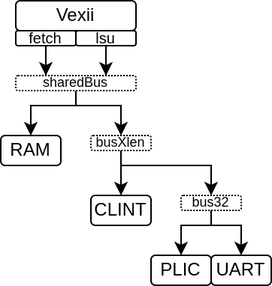
Above: source/asset/picture/microsoc.png in SpinalHDL/VexiiRiscv-RTD (draw.io), before the change. Source tidied: cells renumbered, new cells last; positions are measured from the earlier drawing's top-left corner, leaving out a move shared by most shapes. The source it was exported from:
```xml
<mxGraphModel>
  <root>
    <mxCell id="0" />
    <mxCell id="1" parent="0" />
    <mxCell id="2" value="&lt;span style=&quot;font-size: 12px;&quot;&gt;Vexii&lt;br&gt;&lt;/span&gt;" style="rounded=1;whiteSpace=wrap;html=1;fontSize=8;strokeWidth=1;verticalAlign=middle;" parent="1" vertex="1">
      <mxGeometry x="10" width="80" height="20" as="geometry" />
    </mxCell>
    <mxCell id="3" value="&lt;span style=&quot;font-size: 12px;&quot;&gt;RAM&lt;/span&gt;" style="rounded=1;whiteSpace=wrap;html=1;fontSize=8;strokeWidth=1;" parent="1" vertex="1">
      <mxGeometry y="90" width="40" height="20" as="geometry" />
    </mxCell>
    <mxCell id="4" value="&lt;span style=&quot;font-size: 12px;&quot;&gt;PLIC&lt;/span&gt;" style="rounded=1;whiteSpace=wrap;html=1;fontSize=8;strokeWidth=1;" parent="1" vertex="1">
      <mxGeometry x="100" y="170" width="40" height="20" as="geometry" />
    </mxCell>
    <mxCell id="5" value="&lt;span style=&quot;font-size: 12px;&quot;&gt;CLINT&lt;/span&gt;" style="rounded=1;whiteSpace=wrap;html=1;fontSize=8;strokeWidth=1;" parent="1" vertex="1">
      <mxGeometry x="60" y="130" width="40" height="20" as="geometry" />
    </mxCell>
    <mxCell id="6" value="&lt;span style=&quot;font-size: 12px;&quot;&gt;UART&lt;/span&gt;" style="rounded=1;whiteSpace=wrap;html=1;fontSize=8;strokeWidth=1;" parent="1" vertex="1">
      <mxGeometry x="140" y="170" width="40" height="20" as="geometry" />
    </mxCell>
    <mxCell id="7" style="edgeStyle=orthogonalEdgeStyle;rounded=0;jettySize=auto;html=1;entryX=0.5;entryY=0;entryDx=0;entryDy=0;" parent="1" edge="1" source="9" target="3">
      <mxGeometry relative="1" as="geometry">
        <Array as="points">
          <mxPoint x="50" y="70" />
          <mxPoint x="20" y="70" />
        </Array>
      </mxGeometry>
    </mxCell>
    <mxCell id="8" style="edgeStyle=orthogonalEdgeStyle;rounded=0;jettySize=auto;html=1;entryX=0.5;entryY=0;entryDx=0;entryDy=0;" parent="1" edge="1" source="9" target="16">
      <mxGeometry relative="1" as="geometry">
        <Array as="points">
          <mxPoint x="50" y="70" />
          <mxPoint x="80" y="70" />
        </Array>
      </mxGeometry>
    </mxCell>
    <mxCell id="9" value="&lt;font style=&quot;font-size: 9px;&quot;&gt;sharedBus&lt;/font&gt;" style="rounded=1;whiteSpace=wrap;html=1;fontSize=8;strokeWidth=1;dashed=1;dashPattern=1 1;" parent="1" vertex="1">
      <mxGeometry x="10" y="50" width="80" height="10" as="geometry" />
    </mxCell>
    <mxCell id="10" style="edgeStyle=orthogonalEdgeStyle;rounded=0;jettySize=auto;html=1;entryX=0.25;entryY=0;entryDx=0;entryDy=0;" parent="1" edge="1" source="11" target="9">
      <mxGeometry relative="1" as="geometry" />
    </mxCell>
    <mxCell id="11" value="&lt;span style=&quot;font-size: 10px;&quot;&gt;fetch&lt;/span&gt;" style="rounded=1;whiteSpace=wrap;html=1;fontSize=10;strokeWidth=1;" parent="1" vertex="1">
      <mxGeometry x="10" y="20" width="40" height="10" as="geometry" />
    </mxCell>
    <mxCell id="12" style="edgeStyle=orthogonalEdgeStyle;rounded=0;jettySize=auto;html=1;entryX=0.75;entryY=0;entryDx=0;entryDy=0;" parent="1" edge="1" source="13" target="9">
      <mxGeometry relative="1" as="geometry" />
    </mxCell>
    <mxCell id="13" value="&lt;span style=&quot;font-size: 10px;&quot;&gt;lsu&lt;/span&gt;" style="rounded=1;whiteSpace=wrap;html=1;fontSize=10;strokeWidth=1;" parent="1" vertex="1">
      <mxGeometry x="50" y="20" width="40" height="10" as="geometry" />
    </mxCell>
    <mxCell id="14" style="edgeStyle=orthogonalEdgeStyle;rounded=0;jettySize=auto;html=1;entryX=0.5;entryY=0;entryDx=0;entryDy=0;" parent="1" edge="1" source="16" target="19">
      <mxGeometry relative="1" as="geometry">
        <Array as="points">
          <mxPoint x="80" y="110" />
          <mxPoint x="140" y="110" />
        </Array>
      </mxGeometry>
    </mxCell>
    <mxCell id="15" style="edgeStyle=orthogonalEdgeStyle;rounded=0;jettySize=auto;html=1;entryX=0.5;entryY=0;entryDx=0;entryDy=0;" parent="1" edge="1" source="16" target="5">
      <mxGeometry relative="1" as="geometry" />
    </mxCell>
    <mxCell id="16" value="&lt;font style=&quot;font-size: 9px;&quot;&gt;busXlen&lt;/font&gt;" style="rounded=1;whiteSpace=wrap;html=1;fontSize=8;strokeWidth=1;dashed=1;dashPattern=1 1;" parent="1" vertex="1">
      <mxGeometry x="60" y="90" width="40" height="10" as="geometry" />
    </mxCell>
    <mxCell id="17" style="edgeStyle=orthogonalEdgeStyle;rounded=0;jettySize=auto;html=1;entryX=0.5;entryY=0;entryDx=0;entryDy=0;" parent="1" edge="1" source="19" target="6">
      <mxGeometry relative="1" as="geometry">
        <Array as="points">
          <mxPoint x="140" y="150" />
          <mxPoint x="160" y="150" />
        </Array>
      </mxGeometry>
    </mxCell>
    <mxCell id="18" style="edgeStyle=orthogonalEdgeStyle;rounded=0;jettySize=auto;html=1;entryX=0.5;entryY=0;entryDx=0;entryDy=0;" parent="1" edge="1" source="19" target="4">
      <mxGeometry relative="1" as="geometry">
        <Array as="points">
          <mxPoint x="140" y="150" />
          <mxPoint x="120" y="150" />
        </Array>
      </mxGeometry>
    </mxCell>
    <mxCell id="19" value="&lt;font style=&quot;font-size: 9px;&quot;&gt;bus32&lt;/font&gt;" style="rounded=1;whiteSpace=wrap;html=1;fontSize=8;strokeWidth=1;dashed=1;dashPattern=1 1;" parent="1" vertex="1">
      <mxGeometry x="120" y="130" width="40" height="10" as="geometry" />
    </mxCell>
  </root>
</mxGraphModel>
```
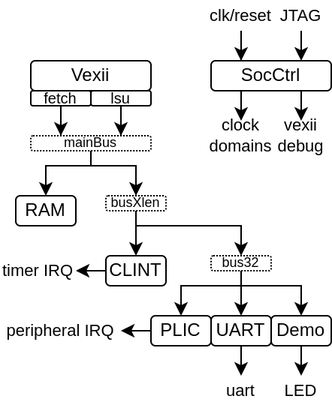
The same file after the commit.

Change to the diagram source:
```diff
@@ -8,78 +8,161 @@
     <mxCell id="3" value="&lt;span style=&quot;font-size: 12px;&quot;&gt;RAM&lt;/span&gt;" style="rounded=1;whiteSpace=wrap;html=1;fontSize=8;strokeWidth=1;" parent="1" vertex="1">
       <mxGeometry y="90" width="40" height="20" as="geometry" />
     </mxCell>
-    <mxCell id="4" value="&lt;span style=&quot;font-size: 12px;&quot;&gt;PLIC&lt;/span&gt;" style="rounded=1;whiteSpace=wrap;html=1;fontSize=8;strokeWidth=1;" parent="1" vertex="1">
-      <mxGeometry x="100" y="170" width="40" height="20" as="geometry" />
+    <mxCell id="4" style="edgeStyle=orthogonalEdgeStyle;rounded=0;jettySize=auto;html=1;" parent="1" edge="1" source="5">
+      <mxGeometry relative="1" as="geometry">
+        <mxPoint x="70" y="180" as="targetPoint" />
+      </mxGeometry>
     </mxCell>
-    <mxCell id="5" value="&lt;span style=&quot;font-size: 12px;&quot;&gt;CLINT&lt;/span&gt;" style="rounded=1;whiteSpace=wrap;html=1;fontSize=8;strokeWidth=1;" parent="1" vertex="1">
-      <mxGeometry x="60" y="130" width="40" height="20" as="geometry" />
+    <mxCell id="5" value="&lt;span style=&quot;font-size: 12px;&quot;&gt;PLIC&lt;/span&gt;" style="rounded=1;whiteSpace=wrap;html=1;fontSize=8;strokeWidth=1;" parent="1" vertex="1">
+      <mxGeometry x="90" y="170" width="40" height="20" as="geometry" />
     </mxCell>
-    <mxCell id="6" value="&lt;span style=&quot;font-size: 12px;&quot;&gt;UART&lt;/span&gt;" style="rounded=1;whiteSpace=wrap;html=1;fontSize=8;strokeWidth=1;" parent="1" vertex="1">
-      <mxGeometry x="140" y="170" width="40" height="20" as="geometry" />
+    <mxCell id="6" value="&lt;span style=&quot;font-size: 12px;&quot;&gt;CLINT&lt;/span&gt;" style="rounded=1;whiteSpace=wrap;html=1;fontSize=8;strokeWidth=1;" parent="1" vertex="1">
+      <mxGeometry x="60" y="130" width="40" height="20" as="geometry" />
     </mxCell>
-    <mxCell id="7" style="edgeStyle=orthogonalEdgeStyle;rounded=0;jettySize=auto;html=1;entryX=0.5;entryY=0;entryDx=0;entryDy=0;" parent="1" edge="1" source="9" target="3">
+    <mxCell id="7" style="edgeStyle=orthogonalEdgeStyle;rounded=0;jettySize=auto;html=1;" parent="1" edge="1" source="8">
       <mxGeometry relative="1" as="geometry">
-        <Array as="points">
-          <mxPoint x="50" y="70" />
-          <mxPoint x="20" y="70" />
-        </Array>
+        <mxPoint x="150" y="210" as="targetPoint" />
       </mxGeometry>
     </mxCell>
-    <mxCell id="8" style="edgeStyle=orthogonalEdgeStyle;rounded=0;jettySize=auto;html=1;entryX=0.5;entryY=0;entryDx=0;entryDy=0;" parent="1" edge="1" source="9" target="16">
-      <mxGeometry relative="1" as="geometry">
-        <Array as="points">
-          <mxPoint x="50" y="70" />
-          <mxPoint x="80" y="70" />
-        </Array>
-      </mxGeometry>
+    <mxCell id="8" value="&lt;span style=&quot;font-size: 12px;&quot;&gt;UART&lt;/span&gt;" style="rounded=1;whiteSpace=wrap;html=1;fontSize=8;strokeWidth=1;" parent="1" vertex="1">
+      <mxGeometry x="130" y="170" width="40" height="20" as="geometry" />
     </mxCell>
-    <mxCell id="9" value="&lt;font style=&quot;font-size: 9px;&quot;&gt;sharedBus&lt;/font&gt;" style="rounded=1;whiteSpace=wrap;html=1;fontSize=8;strokeWidth=1;dashed=1;dashPattern=1 1;" parent="1" vertex="1">
-      <mxGeometry x="10" y="50" width="80" height="10" as="geometry" />
+    <mxCell id="9" style="edgeStyle=orthogonalEdgeStyle;rounded=0;jettySize=auto;html=1;entryX=0.5;entryY=0;entryDx=0;entryDy=0;" parent="1" edge="1" source="11" target="3">
+      <mxGeometry relative="1" as="geometry">
+        <Array as="points">
+          <mxPoint x="50" y="70" />
+          <mxPoint x="20" y="70" />
+        </Array>
+      </mxGeometry>
     </mxCell>
-    <mxCell id="10" style="edgeStyle=orthogonalEdgeStyle;rounded=0;jettySize=auto;html=1;entryX=0.25;entryY=0;entryDx=0;entryDy=0;" parent="1" edge="1" source="11" target="9">
-      <mxGeometry relative="1" as="geometry" />
+    <mxCell id="10" style="edgeStyle=orthogonalEdgeStyle;rounded=0;jettySize=auto;html=1;entryX=0.5;entryY=0;entryDx=0;entryDy=0;" parent="1" edge="1" source="11" target="18">
+      <mxGeometry relative="1" as="geometry">
+        <Array as="points">
+          <mxPoint x="50" y="70" />
+          <mxPoint x="80" y="70" />
+        </Array>
+      </mxGeometry>
     </mxCell>
-    <mxCell id="11" value="&lt;span style=&quot;font-size: 10px;&quot;&gt;fetch&lt;/span&gt;" style="rounded=1;whiteSpace=wrap;html=1;fontSize=10;strokeWidth=1;" parent="1" vertex="1">
-      <mxGeometry x="10" y="20" width="40" height="10" as="geometry" />
+    <mxCell id="11" value="&lt;font style=&quot;font-size: 9px;&quot;&gt;mainBus&lt;/font&gt;" style="rounded=1;whiteSpace=wrap;html=1;fontSize=8;strokeWidth=1;dashed=1;dashPattern=1 1;" parent="1" vertex="1">
+      <mxGeometry x="10" y="50" width="80" height="10" as="geometry" />
     </mxCell>
-    <mxCell id="12" style="edgeStyle=orthogonalEdgeStyle;rounded=0;jettySize=auto;html=1;entryX=0.75;entryY=0;entryDx=0;entryDy=0;" parent="1" edge="1" source="13" target="9">
+    <mxCell id="12" style="edgeStyle=orthogonalEdgeStyle;rounded=0;jettySize=auto;html=1;entryX=0.25;entryY=0;entryDx=0;entryDy=0;" parent="1" edge="1" source="13" target="11">
       <mxGeometry relative="1" as="geometry" />
     </mxCell>
-    <mxCell id="13" value="&lt;span style=&quot;font-size: 10px;&quot;&gt;lsu&lt;/span&gt;" style="rounded=1;whiteSpace=wrap;html=1;fontSize=10;strokeWidth=1;" parent="1" vertex="1">
-      <mxGeometry x="50" y="20" width="40" height="10" as="geometry" />
+    <mxCell id="13" value="&lt;span style=&quot;font-size: 10px;&quot;&gt;fetch&lt;/span&gt;" style="rounded=1;whiteSpace=wrap;html=1;fontSize=10;strokeWidth=1;" parent="1" vertex="1">
+      <mxGeometry x="10" y="20" width="40" height="10" as="geometry" />
     </mxCell>
-    <mxCell id="14" style="edgeStyle=orthogonalEdgeStyle;rounded=0;jettySize=auto;html=1;entryX=0.5;entryY=0;entryDx=0;entryDy=0;" parent="1" edge="1" source="16" target="19">
-      <mxGeometry relative="1" as="geometry">
-        <Array as="points">
-          <mxPoint x="80" y="110" />
-          <mxPoint x="140" y="110" />
-        </Array>
-      </mxGeometry>
+    <mxCell id="14" style="edgeStyle=orthogonalEdgeStyle;rounded=0;jettySize=auto;html=1;entryX=0.75;entryY=0;entryDx=0;entryDy=0;" parent="1" edge="1" source="15" target="11">
+      <mxGeometry relative="1" as="geometry" />
     </mxCell>
-    <mxCell id="15" style="edgeStyle=orthogonalEdgeStyle;rounded=0;jettySize=auto;html=1;entryX=0.5;entryY=0;entryDx=0;entryDy=0;" parent="1" edge="1" source="16" target="5">
-      <mxGeometry relative="1" as="geometry" />
+    <mxCell id="15" value="&lt;span style=&quot;font-size: 10px;&quot;&gt;lsu&lt;/span&gt;" style="rounded=1;whiteSpace=wrap;html=1;fontSize=10;strokeWidth=1;" parent="1" vertex="1">
+      <mxGeometry x="50" y="20" width="40" height="10" as="geometry" />
     </mxCell>
-    <mxCell id="16" value="&lt;font style=&quot;font-size: 9px;&quot;&gt;busXlen&lt;/font&gt;" style="rounded=1;whiteSpace=wrap;html=1;fontSize=8;strokeWidth=1;dashed=1;dashPattern=1 1;" parent="1" vertex="1">
-      <mxGeometry x="60" y="90" width="40" height="10" as="geometry" />
+    <mxCell id="16" style="edgeStyle=orthogonalEdgeStyle;rounded=0;jettySize=auto;html=1;entryX=0.5;entryY=0;entryDx=0;entryDy=0;" parent="1" edge="1" source="18" target="22">
+      <mxGeometry relative="1" as="geometry">
+        <Array as="points">
+          <mxPoint x="80" y="110" />
+          <mxPoint x="150" y="110" />
+        </Array>
+      </mxGeometry>
     </mxCell>
-    <mxCell id="17" style="edgeStyle=orthogonalEdgeStyle;rounded=0;jettySize=auto;html=1;entryX=0.5;entryY=0;entryDx=0;entryDy=0;" parent="1" edge="1" source="19" target="6">
-      <mxGeometry relative="1" as="geometry">
-        <Array as="points">
-          <mxPoint x="140" y="150" />
-          <mxPoint x="160" y="150" />
-        </Array>
-      </mxGeometry>
+    <mxCell id="17" style="edgeStyle=orthogonalEdgeStyle;rounded=0;jettySize=auto;html=1;entryX=0.5;entryY=0;entryDx=0;entryDy=0;" parent="1" edge="1" source="18" target="6">
+      <mxGeometry relative="1" as="geometry" />
     </mxCell>
-    <mxCell id="18" style="edgeStyle=orthogonalEdgeStyle;rounded=0;jettySize=auto;html=1;entryX=0.5;entryY=0;entryDx=0;entryDy=0;" parent="1" edge="1" source="19" target="4">
-      <mxGeometry relative="1" as="geometry">
-        <Array as="points">
-          <mxPoint x="140" y="150" />
-          <mxPoint x="120" y="150" />
-        </Array>
-      </mxGeometry>
+    <mxCell id="18" value="&lt;font style=&quot;font-size: 9px;&quot;&gt;busXlen&lt;/font&gt;" style="rounded=1;whiteSpace=wrap;html=1;fontSize=8;strokeWidth=1;dashed=1;dashPattern=1 1;" parent="1" vertex="1">
+      <mxGeometry x="60" y="90" width="40" height="10" as="geometry" />
     </mxCell>
-    <mxCell id="19" value="&lt;font style=&quot;font-size: 9px;&quot;&gt;bus32&lt;/font&gt;" style="rounded=1;whiteSpace=wrap;html=1;fontSize=8;strokeWidth=1;dashed=1;dashPattern=1 1;" parent="1" vertex="1">
-      <mxGeometry x="120" y="130" width="40" height="10" as="geometry" />
+    <mxCell id="19" style="edgeStyle=orthogonalEdgeStyle;rounded=0;jettySize=auto;html=1;entryX=0.5;entryY=0;entryDx=0;entryDy=0;" parent="1" edge="1" source="22" target="8">
+      <mxGeometry relative="1" as="geometry">
+        <Array as="points">
+          <mxPoint x="150" y="170" />
+        </Array>
+      </mxGeometry>
     </mxCell>
+    <mxCell id="20" style="edgeStyle=orthogonalEdgeStyle;rounded=0;jettySize=auto;html=1;entryX=0.5;entryY=0;entryDx=0;entryDy=0;" parent="1" edge="1" source="22" target="5">
+      <mxGeometry relative="1" as="geometry">
+        <Array as="points">
+          <mxPoint x="150" y="150" />
+          <mxPoint x="110" y="150" />
+          <mxPoint x="110" y="170" />
+        </Array>
+      </mxGeometry>
+    </mxCell>
+    <mxCell id="21" style="edgeStyle=orthogonalEdgeStyle;rounded=0;jettySize=auto;html=1;entryX=0.5;entryY=0;entryDx=0;entryDy=0;" parent="1" edge="1" source="22" target="24">
+      <mxGeometry relative="1" as="geometry">
+        <Array as="points">
+          <mxPoint x="150" y="150" />
+          <mxPoint x="190" y="150" />
+        </Array>
+      </mxGeometry>
+    </mxCell>
+    <mxCell id="22" value="&lt;font style=&quot;font-size: 9px;&quot;&gt;bus32&lt;/font&gt;" style="rounded=1;whiteSpace=wrap;html=1;fontSize=8;strokeWidth=1;dashed=1;dashPattern=1 1;" parent="1" vertex="1">
+      <mxGeometry x="130" y="130" width="40" height="10" as="geometry" />
+    </mxCell>
+    <mxCell id="23" style="edgeStyle=orthogonalEdgeStyle;rounded=0;jettySize=auto;html=1;" parent="1" edge="1" source="24">
+      <mxGeometry relative="1" as="geometry">
+        <mxPoint x="190" y="210" as="targetPoint" />
+      </mxGeometry>
+    </mxCell>
+    <mxCell id="24" value="&lt;span style=&quot;font-size: 12px;&quot;&gt;Demo&lt;/span&gt;" style="rounded=1;whiteSpace=wrap;html=1;fontSize=8;strokeWidth=1;" parent="1" vertex="1">
+      <mxGeometry x="170" y="170" width="40" height="20" as="geometry" />
+    </mxCell>
+    <mxCell id="25" value="LED" style="text;html=1;strokeColor=none;fillColor=none;align=center;verticalAlign=middle;whiteSpace=wrap;rounded=0;dashed=1;dashPattern=1 1;labelBackgroundColor=none;fontSize=11;" parent="1" vertex="1">
+      <mxGeometry x="180" y="210" width="20" height="20" as="geometry" />
+    </mxCell>
+    <mxCell id="26" value="uart" style="text;html=1;strokeColor=none;fillColor=none;align=center;verticalAlign=middle;whiteSpace=wrap;rounded=0;dashed=1;dashPattern=1 1;labelBackgroundColor=none;fontSize=11;" parent="1" vertex="1">
+      <mxGeometry x="140" y="210" width="20" height="20" as="geometry" />
+    </mxCell>
+    <mxCell id="27" value="peripheral IRQ" style="text;html=1;strokeColor=none;fillColor=none;align=center;verticalAlign=middle;whiteSpace=wrap;rounded=0;dashed=1;dashPattern=1 1;labelBackgroundColor=none;fontSize=11;" parent="1" vertex="1">
+      <mxGeometry x="-10" y="170" width="80" height="20" as="geometry" />
+    </mxCell>
+    <mxCell id="28" style="edgeStyle=orthogonalEdgeStyle;rounded=0;orthogonalLoop=1;jettySize=auto;html=1;" parent="1" edge="1">
+      <mxGeometry relative="1" as="geometry">
+        <mxPoint x="60" y="140" as="sourcePoint" />
+        <mxPoint x="40" y="140" as="targetPoint" />
+      </mxGeometry>
+    </mxCell>
+    <mxCell id="29" value="timer IRQ" style="text;html=1;strokeColor=none;fillColor=none;align=center;verticalAlign=middle;whiteSpace=wrap;rounded=0;dashed=1;dashPattern=1 1;labelBackgroundColor=none;fontSize=11;" parent="1" vertex="1">
+      <mxGeometry x="-10" y="130" width="50" height="20" as="geometry" />
+    </mxCell>
+    <mxCell id="30" style="edgeStyle=orthogonalEdgeStyle;rounded=0;orthogonalLoop=1;jettySize=auto;html=1;" parent="1" edge="1">
+      <mxGeometry relative="1" as="geometry">
+        <mxPoint x="190" y="20" as="sourcePoint" />
+        <mxPoint x="190" y="40" as="targetPoint" />
+      </mxGeometry>
+    </mxCell>
+    <mxCell id="31" value="&lt;span style=&quot;font-size: 12px;&quot;&gt;SocCtrl&lt;/span&gt;" style="rounded=1;whiteSpace=wrap;html=1;fontSize=8;strokeWidth=1;" parent="1" vertex="1">
+      <mxGeometry x="130" width="80" height="20" as="geometry" />
+    </mxCell>
+    <mxCell id="32" style="edgeStyle=orthogonalEdgeStyle;rounded=0;jettySize=auto;html=1;exitX=0.5;exitY=1;exitDx=0;exitDy=0;" parent="1" edge="1" source="33">
+      <mxGeometry relative="1" as="geometry">
+        <mxPoint x="190" as="targetPoint" />
+        <Array as="points">
+          <mxPoint x="190" y="-10" />
+          <mxPoint x="190" y="-10" />
+        </Array>
+      </mxGeometry>
+    </mxCell>
+    <mxCell id="33" value="JTAG" style="text;html=1;strokeColor=none;fillColor=none;align=center;verticalAlign=middle;whiteSpace=wrap;rounded=0;dashed=1;dashPattern=1 1;labelBackgroundColor=none;fontSize=11;" parent="1" vertex="1">
+      <mxGeometry x="170" y="-40" width="40" height="20" as="geometry" />
+    </mxCell>
+    <mxCell id="34" style="edgeStyle=orthogonalEdgeStyle;rounded=0;jettySize=auto;html=1;entryX=0.25;entryY=0;entryDx=0;entryDy=0;" parent="1" edge="1" source="35" target="31">
+      <mxGeometry relative="1" as="geometry" />
+    </mxCell>
+    <mxCell id="35" value="clk/reset" style="text;html=1;strokeColor=none;fillColor=none;align=center;verticalAlign=middle;whiteSpace=wrap;rounded=0;dashed=1;dashPattern=1 1;labelBackgroundColor=none;fontSize=11;" parent="1" vertex="1">
+      <mxGeometry x="130" y="-40" width="40" height="20" as="geometry" />
+    </mxCell>
+    <mxCell id="36" value="vexii debug" style="text;html=1;strokeColor=none;fillColor=none;align=center;verticalAlign=middle;whiteSpace=wrap;rounded=0;dashed=1;dashPattern=1 1;labelBackgroundColor=none;fontSize=11;" parent="1" vertex="1">
+      <mxGeometry x="170" y="40" width="40" height="20" as="geometry" />
+    </mxCell>
+    <mxCell id="37" style="edgeStyle=orthogonalEdgeStyle;rounded=0;orthogonalLoop=1;jettySize=auto;html=1;" parent="1" edge="1">
+      <mxGeometry relative="1" as="geometry">
+        <mxPoint x="150" y="20" as="sourcePoint" />
+        <mxPoint x="150" y="40" as="targetPoint" />
+      </mxGeometry>
+    </mxCell>
+    <mxCell id="38" value="clock domains" style="text;html=1;strokeColor=none;fillColor=none;align=center;verticalAlign=middle;whiteSpace=wrap;rounded=0;dashed=1;dashPattern=1 1;labelBackgroundColor=none;fontSize=11;" parent="1" vertex="1">
+      <mxGeometry x="130" y="40" width="40" height="20" as="geometry" />
+    </mxCell>
   </root>
 </mxGraphModel>
```
